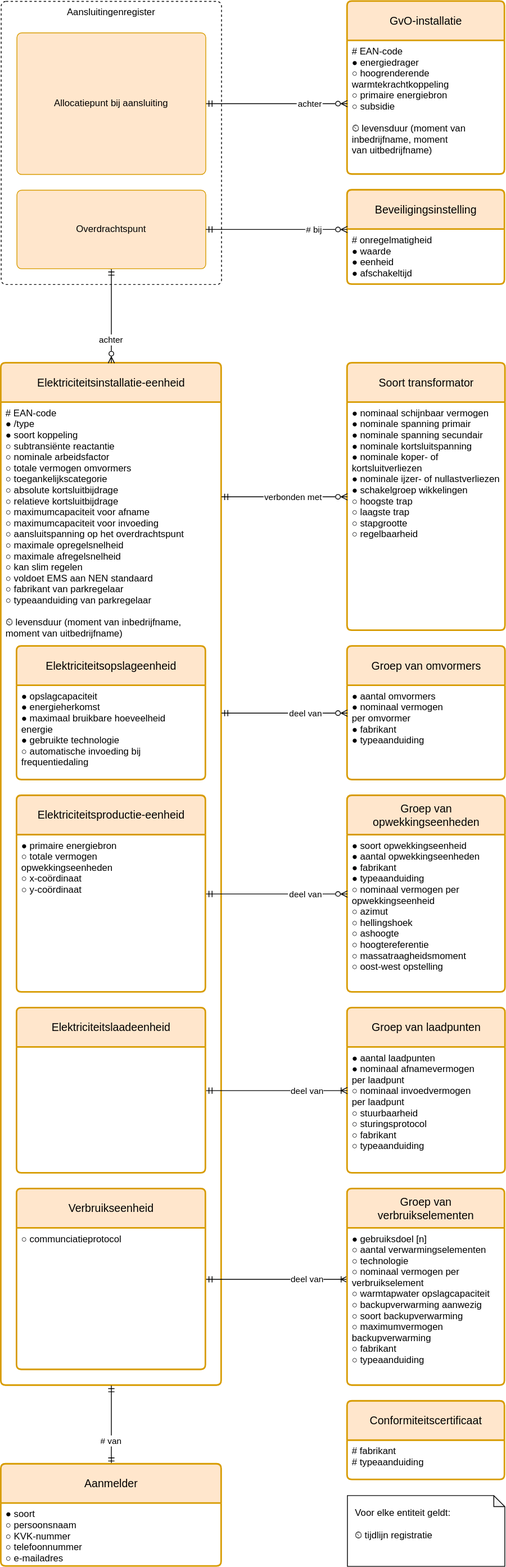
Above: registers/installatieregister/1.1/installatieregister.drawio.svg in netbeheernederland/stelsel (draw.io), before the change. Source tidied: cells renumbered, new cells last; positions are measured from the earlier drawing's top-left corner, leaving out a move shared by most shapes.
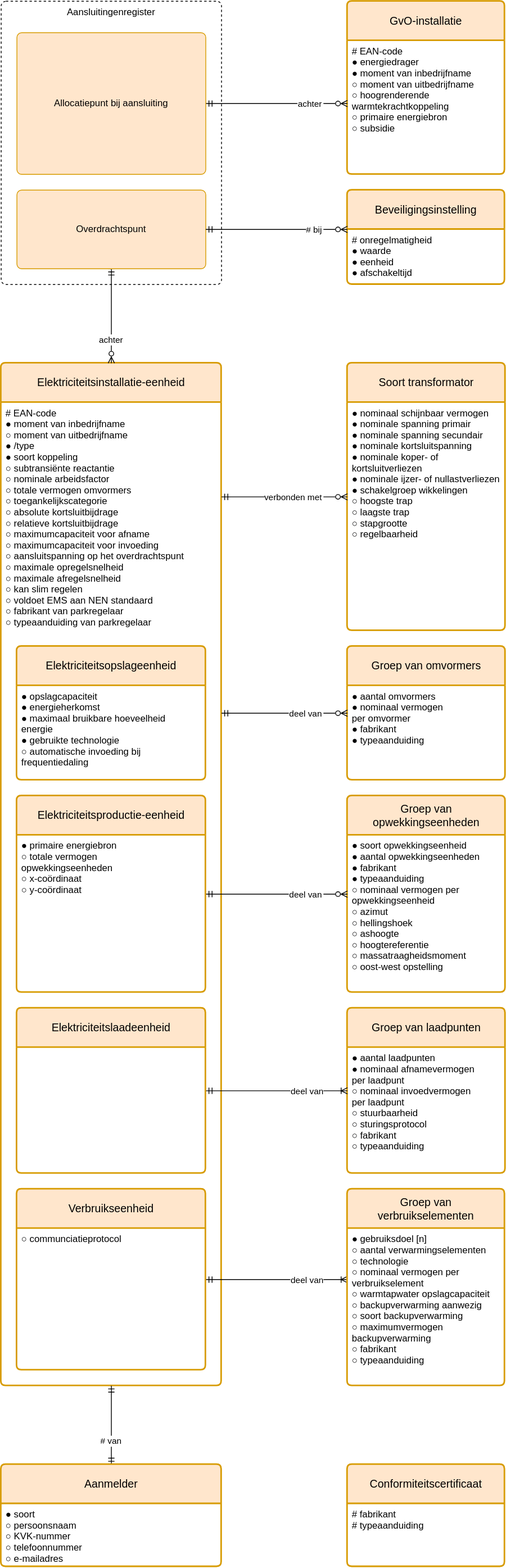
After the change.

What changed in the source:
```diff
@@ -8,7 +8,7 @@
     <mxCell id="3" value="GvO-installatie" style="swimlane;horizontal=1;startSize=50;rounded=1;fontSize=14;fontStyle=0;strokeWidth=2;shadow=0;dashed=0;align=center;arcSize=4;fillColor=#ffe6cc;strokeColor=#d79b00;whiteSpace=wrap;spacing=10;" parent="1" vertex="1">
       <mxGeometry x="440" width="200" height="220" as="geometry" />
     </mxCell>
-    <mxCell id="4" value="# EAN-code&#10;● energiedrager&#10;○ hoogrenderende&#10;   warmtekrachtkoppeling&#10;○ primaire energiebron&#10;○ subsidie&#10;&#10;⏲ levensduur (moment van&#10;     inbedrijfname, moment&#10;     van uitbedrijfname)" style="align=left;strokeColor=none;fillColor=none;spacingLeft=4;fontSize=12;verticalAlign=top;" parent="3" vertex="1">
+    <mxCell id="4" value="# EAN-code&#10;● energiedrager&#10;● moment van inbedrijfname&#10;○ moment van uitbedrijfname&#10;○ hoogrenderende&#10;   warmtekrachtkoppeling&#10;○ primaire energiebron&#10;○ subsidie&#10;" style="align=left;strokeColor=none;fillColor=none;spacingLeft=4;fontSize=12;verticalAlign=top;" parent="3" vertex="1">
       <mxGeometry y="50" width="200" height="170" as="geometry" />
     </mxCell>
     <mxCell id="5" value="achter" style="edgeStyle=elbowEdgeStyle;rounded=0;jettySize=auto;endArrow=ERmandOne;endFill=0;startArrow=ERzeroToMany;startFill=0;align=right;elbow=vertical;" parent="1" edge="1" source="3" target="22">
@@ -17,7 +17,7 @@
     <mxCell id="6" value="Elektriciteitsinstallatie-eenheid" style="swimlane;horizontal=1;startSize=50;rounded=1;fontSize=14;fontStyle=0;strokeWidth=2;shadow=0;dashed=0;align=center;fillColor=#ffe6cc;strokeColor=#d79b00;arcSize=4;whiteSpace=wrap;spacing=10;" parent="1" vertex="1">
       <mxGeometry y="460" width="280" height="1300" as="geometry" />
     </mxCell>
-    <mxCell id="7" value="# EAN-code&#10;● /type&#10;● soort koppeling&#10;○ subtransiënte reactantie&#10;○ nominale arbeidsfactor&#10;○ totale vermogen omvormers&#10;○ toegankelijkscategorie&#10;○ absolute kortsluitbijdrage&#10;○ relatieve kortsluitbijdrage&#10;○ maximumcapaciteit voor afname&#10;○ maximumcapaciteit voor invoeding&#10;○ aansluitspanning op het overdrachtspunt&#10;○ maximale opregelsnelheid&#10;○ maximale afregelsnelheid&#10;○ kan slim regelen&#10;○ voldoet EMS aan NEN standaard&#10;○ fabrikant van parkregelaar&#10;○ typeaanduiding van parkregelaar&#10;&#10;⏲ levensduur (moment van inbedrijfname, &#10;    moment van uitbedrijfname)" style="align=left;strokeColor=none;fillColor=none;spacingLeft=4;fontSize=12;verticalAlign=top;fontColor=default;" parent="6" vertex="1">
+    <mxCell id="7" value="# EAN-code&#10;● moment van inbedrijfname&#10;○ moment van uitbedrijfname&#10;● /type&#10;● soort koppeling&#10;○ subtransiënte reactantie&#10;○ nominale arbeidsfactor&#10;○ totale vermogen omvormers&#10;○ toegankelijkscategorie&#10;○ absolute kortsluitbijdrage&#10;○ relatieve kortsluitbijdrage&#10;○ maximumcapaciteit voor afname&#10;○ maximumcapaciteit voor invoeding&#10;○ aansluitspanning op het overdrachtspunt&#10;○ maximale opregelsnelheid&#10;○ maximale afregelsnelheid&#10;○ kan slim regelen&#10;○ voldoet EMS aan NEN standaard&#10;○ fabrikant van parkregelaar&#10;○ typeaanduiding van parkregelaar&#10;" style="align=left;strokeColor=none;fillColor=none;spacingLeft=4;fontSize=12;verticalAlign=top;fontColor=default;" parent="6" vertex="1">
       <mxGeometry y="50" width="280" height="1250" as="geometry" />
     </mxCell>
     <mxCell id="8" value="Groep van opwekkingseenheden" style="swimlane;horizontal=1;startSize=50;rounded=1;fontSize=14;fontStyle=0;strokeWidth=2;shadow=0;dashed=0;align=center;fillColor=#ffe6cc;strokeColor=#d79b00;arcSize=4;whiteSpace=wrap;spacing=10;" parent="1" vertex="1">
@@ -57,10 +57,10 @@
       <mxGeometry x="20" y="240" width="240" height="100" as="geometry" />
     </mxCell>
     <mxCell id="20" value="Conformiteitscertificaat" style="swimlane;horizontal=1;startSize=50;rounded=1;fontSize=14;fontStyle=0;strokeWidth=2;shadow=0;dashed=0;align=center;fillColor=#ffe6cc;strokeColor=#d79b00;arcSize=4;whiteSpace=wrap;spacing=10;" parent="1" vertex="1">
-      <mxGeometry x="440" y="1780" width="200" height="100" as="geometry" />
+      <mxGeometry x="440" y="1860" width="200" height="130" as="geometry" />
     </mxCell>
     <mxCell id="21" value="# fabrikant&#10;# typeaanduiding" style="align=left;strokeColor=none;fillColor=none;spacingLeft=4;fontSize=12;verticalAlign=top;" parent="20" vertex="1">
-      <mxGeometry y="50" width="200" height="50" as="geometry" />
+      <mxGeometry y="50" width="200" height="80" as="geometry" />
     </mxCell>
     <mxCell id="22" value="Allocatiepunt bij aansluiting" style="rounded=1;arcSize=12;whiteSpace=wrap;align=center;fillColor=#ffe6cc;strokeColor=#d79b00;absoluteArcSize=1;" parent="1" vertex="1">
       <mxGeometry x="20" y="40" width="240" height="180" as="geometry" />
@@ -86,9 +86,6 @@
     <mxCell id="29" value="verbonden met" style="endArrow=ERzeroToMany;rounded=0;startArrow=ERmandOne;startFill=0;endFill=0;align=right;edgeStyle=elbowEdgeStyle;elbow=vertical;" parent="1" edge="1" source="6" target="10">
       <mxGeometry x="0.62" relative="1" as="geometry" />
     </mxCell>
-    <mxCell id="30" value="Voor elke entiteit geldt:&#10;&#10;⏲ tijdlijn registratie" style="shape=note;whiteSpace=wrap;backgroundOutline=1;darkOpacity=0.05;align=left;spacing=10;size=14;verticalAlign=top;" parent="1" vertex="1">
-      <mxGeometry x="440" y="1900" width="200" height="90" as="geometry" />
-    </mxCell>
     <mxCell id="31" value="# van" style="endArrow=ERmandOne;endFill=0;startArrow=ERmandOne;startFill=0;align=center;edgeStyle=elbowEdgeStyle;" parent="1" edge="1" source="32" target="6">
       <mxGeometry x="-0.4" relative="1" as="geometry" />
     </mxCell>
```
